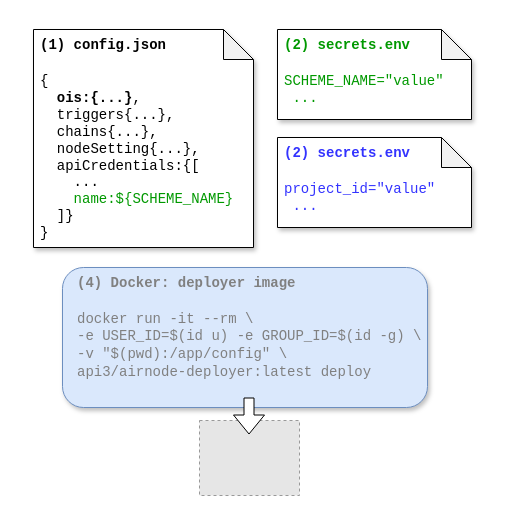
Earlier version of the draw.io diagram docs/reference/airnode/latest/assets/diagrams/api-provider-overview-gcp.drawio (api3dao/vitepress-docs). Source tidied: cells renumbered, new cells numbered last; positions are measured from the earlier drawing's top-left corner, leaving out a move shared by most shapes. Both pictures are drawn from the tidied source at 100%, with x=0, y=0 at pixel (33, 29). Pictures stored in the file or linked from it are replaced by grey dashed boxes.
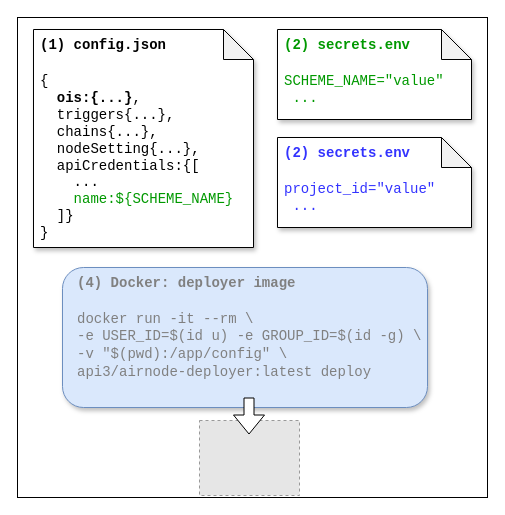
The same diagram, later.

Change to the diagram source:
```diff
@@
 <mxGraphModel>
   <root>
     <mxCell id="0" />
     <mxCell id="1" parent="0" />
+    <mxCell id="8" style="rounded=0;whiteSpace=wrap;html=1;" parent="1" vertex="1">
+      <mxGeometry x="-16" y="-12" width="470" height="480" as="geometry" />
+    </mxCell>
     <mxCell id="2" value="&lt;div style=&quot;font-size: 14px&quot;&gt;&lt;font style=&quot;font-size: 14px&quot; face=&quot;Courier New&quot; color=&quot;#808080&quot;&gt;&lt;b&gt;(4) Docker: deployer image&lt;/b&gt;&lt;/font&gt;&lt;/div&gt;&lt;div style=&quot;font-size: 14px&quot;&gt;&lt;font style=&quot;font-size: 14px&quot; face=&quot;Courier New&quot; color=&quot;#808080&quot;&gt;&lt;br&gt;&lt;/font&gt;&lt;/div&gt;&lt;div style=&quot;font-size: 14px&quot;&gt;&lt;font style=&quot;font-size: 14px&quot; face=&quot;Courier New&quot; color=&quot;#808080&quot;&gt;docker run -it --rm \&lt;/font&gt;&lt;/div&gt;&lt;div style=&quot;font-size: 14px&quot;&gt;&lt;font style=&quot;font-size: 14px&quot; face=&quot;Courier New&quot; color=&quot;#808080&quot;&gt;-e USER_ID=$(id u) -e GROUP_ID=$(id -g) \&lt;/font&gt;&lt;/div&gt;&lt;div style=&quot;font-size: 14px&quot;&gt;&lt;font style=&quot;font-size: 14px&quot; face=&quot;Courier New&quot; color=&quot;#808080&quot;&gt;-v &quot;$(pwd):/app/config&quot; \&amp;nbsp;&amp;nbsp;&lt;/font&gt;&lt;/div&gt;&lt;div style=&quot;font-size: 14px&quot;&gt;&lt;font style=&quot;font-size: 14px&quot; face=&quot;Courier New&quot; color=&quot;#808080&quot;&gt;api3/airnode-deployer:latest deploy&lt;/font&gt;&lt;/div&gt;" style="rounded=1;whiteSpace=wrap;html=1;fontSize=11;align=left;fillColor=#dae8fc;strokeColor=#6c8ebf;shadow=1;spacingLeft=13;spacingRight=5;verticalAlign=top;fontColor=#000000;" parent="1" vertex="1">
       <mxGeometry x="29" y="238" width="365" height="140" as="geometry" />
     </mxCell>
     <mxCell id="3" value="&lt;span style=&quot;font-size: 14px&quot;&gt;&lt;font face=&quot;Courier New&quot;&gt;&lt;b&gt;(1) config.json&lt;/b&gt;&lt;br style=&quot;font-size: 14px&quot;&gt;&lt;br style=&quot;font-size: 14px&quot;&gt;&lt;/font&gt;&lt;/span&gt;&lt;div style=&quot;font-size: 14px&quot;&gt;&lt;span style=&quot;font-size: 14px&quot;&gt;&lt;font face=&quot;Courier New&quot;&gt;{&lt;/font&gt;&lt;/span&gt;&lt;/div&gt;&lt;div style=&quot;font-size: 14px&quot;&gt;&lt;font face=&quot;Courier New&quot;&gt;&lt;span style=&quot;font-size: 14px&quot;&gt;&amp;nbsp;&amp;nbsp;&lt;b style=&quot;font-size: 14px&quot;&gt;ois:{...&lt;/b&gt;&lt;/span&gt;&lt;span style=&quot;font-size: 14px&quot;&gt;&lt;b style=&quot;font-size: 14px&quot;&gt;}&lt;/b&gt;,&lt;/span&gt;&lt;/font&gt;&lt;/div&gt;&lt;font style=&quot;font-size: 14px&quot;&gt;&lt;font face=&quot;Courier New&quot; style=&quot;font-size: 14px&quot;&gt;&lt;div style=&quot;font-size: 14px&quot;&gt;&amp;nbsp; triggers{...},&lt;/div&gt;&lt;div style=&quot;font-size: 14px&quot;&gt;&amp;nbsp; chains{...},&lt;/div&gt;&lt;div style=&quot;font-size: 14px&quot;&gt;&amp;nbsp; nodeSetting{...},&lt;/div&gt;&lt;div style=&quot;font-size: 14px&quot;&gt;&amp;nbsp;&amp;nbsp;apiCredentials:{[&lt;/div&gt;&lt;div style=&quot;font-size: 14px&quot;&gt;&amp;nbsp; &amp;nbsp; ...&lt;/div&gt;&lt;div style=&quot;font-size: 14px&quot;&gt;&amp;nbsp; &amp;nbsp;&amp;nbsp;&lt;font color=&quot;#009900&quot; style=&quot;font-size: 14px&quot;&gt;name:${&lt;/font&gt;&lt;font color=&quot;#009900&quot; style=&quot;font-size: 14px&quot;&gt;&lt;span style=&quot;background-color: transparent ; font-size: 14px&quot;&gt;SCHEME_NAME&lt;/span&gt;}&lt;/font&gt;&lt;/div&gt;&lt;/font&gt;&lt;font face=&quot;Courier New&quot; style=&quot;font-size: 14px&quot;&gt;&lt;div style=&quot;font-size: 14px&quot;&gt;&amp;nbsp; ]}&amp;nbsp; &amp;nbsp;&lt;/div&gt;&lt;div style=&quot;font-size: 14px&quot;&gt;}&lt;/div&gt;&lt;div style=&quot;font-size: 14px&quot;&gt;&lt;br style=&quot;font-size: 14px&quot;&gt;&lt;/div&gt;&lt;/font&gt;&lt;/font&gt;" style="shape=note;whiteSpace=wrap;html=1;backgroundOutline=1;darkOpacity=0.05;shadow=1;verticalAlign=top;align=left;fontSize=14;spacingLeft=5;" parent="1" vertex="1">
       <mxGeometry width="220" height="218" as="geometry" />
     </mxCell>
     <mxCell id="4" value="&lt;div style=&quot;font-size: 14px&quot;&gt;&lt;/div&gt;&lt;span style=&quot;font-size: 14px ; text-align: center&quot;&gt;&lt;font face=&quot;Courier New&quot;&gt;&lt;b&gt;(2) secrets.env&lt;/b&gt;&lt;br style=&quot;font-size: 14px&quot;&gt;&lt;br style=&quot;font-size: 14px&quot;&gt;&lt;/font&gt;&lt;/span&gt;&lt;div style=&quot;font-size: 14px&quot;&gt;&lt;span style=&quot;font-size: 14px&quot;&gt;&lt;font face=&quot;Courier New&quot; style=&quot;font-size: 14px&quot;&gt;SCHEME_NAME=&quot;value&quot;&lt;/font&gt;&lt;/span&gt;&lt;/div&gt;&lt;div style=&quot;font-size: 14px&quot;&gt;&lt;font face=&quot;Courier New&quot; style=&quot;font-size: 14px&quot;&gt;&amp;nbsp;...&lt;/font&gt;&lt;/div&gt;" style="shape=note;whiteSpace=wrap;html=1;backgroundOutline=1;darkOpacity=0.05;shadow=1;fontColor=#009900;align=left;verticalAlign=top;fontSize=14;spacingLeft=5;" parent="1" vertex="1">
       <mxGeometry x="244" width="194" height="90" as="geometry" />
     </mxCell>
     <mxCell id="5" style="fillColor=#E6E6E6;strokeColor=#999999;dashed=1;verticalLabelPosition=bottom;labelBackgroundColor=#ffffff;verticalAlign=top;" parent="1" vertex="1">
       <mxGeometry x="166" y="391" width="100" height="75" as="geometry" />
     </mxCell>
     <mxCell id="6" style="shape=flexArrow;endArrow=classic;html=1;rounded=0;fontColor=#000000;strokeColor=#000000;strokeWidth=1;fillColor=#FFFFFF;gradientColor=#ffffff;gradientDirection=west;edgeStyle=orthogonalEdgeStyle;" parent="1" edge="1">
       <mxGeometry relative="1" as="geometry">
         <mxPoint x="215.5" y="368" as="sourcePoint" />
         <mxPoint x="215.5" y="405" as="targetPoint" />
       </mxGeometry>
     </mxCell>
     <mxCell id="7" value="&lt;div style=&quot;font-size: 14px&quot;&gt;&lt;/div&gt;&lt;span style=&quot;font-size: 14px ; text-align: center&quot;&gt;&lt;font color=&quot;#3333ff&quot; face=&quot;Courier New&quot;&gt;&lt;b&gt;(2) secrets.env&lt;/b&gt;&lt;br style=&quot;font-size: 14px&quot;&gt;&lt;br style=&quot;font-size: 14px&quot;&gt;&lt;/font&gt;&lt;/span&gt;&lt;div style=&quot;font-size: 14px&quot;&gt;&lt;span style=&quot;font-size: 14px&quot;&gt;&lt;font color=&quot;#3333ff&quot; face=&quot;Courier New&quot; style=&quot;font-size: 14px&quot;&gt;project_id=&quot;value&quot;&lt;/font&gt;&lt;/span&gt;&lt;/div&gt;&lt;div style=&quot;font-size: 14px&quot;&gt;&lt;font color=&quot;#3333ff&quot; face=&quot;Courier New&quot; style=&quot;font-size: 14px&quot;&gt;&amp;nbsp;...&lt;/font&gt;&lt;/div&gt;" style="shape=note;whiteSpace=wrap;html=1;backgroundOutline=1;darkOpacity=0.05;shadow=1;fontColor=#009900;align=left;verticalAlign=top;fontSize=14;spacingLeft=5;" parent="1" vertex="1">
       <mxGeometry x="244" y="108" width="194" height="90" as="geometry" />
     </mxCell>
   </root>
 </mxGraphModel>
```
